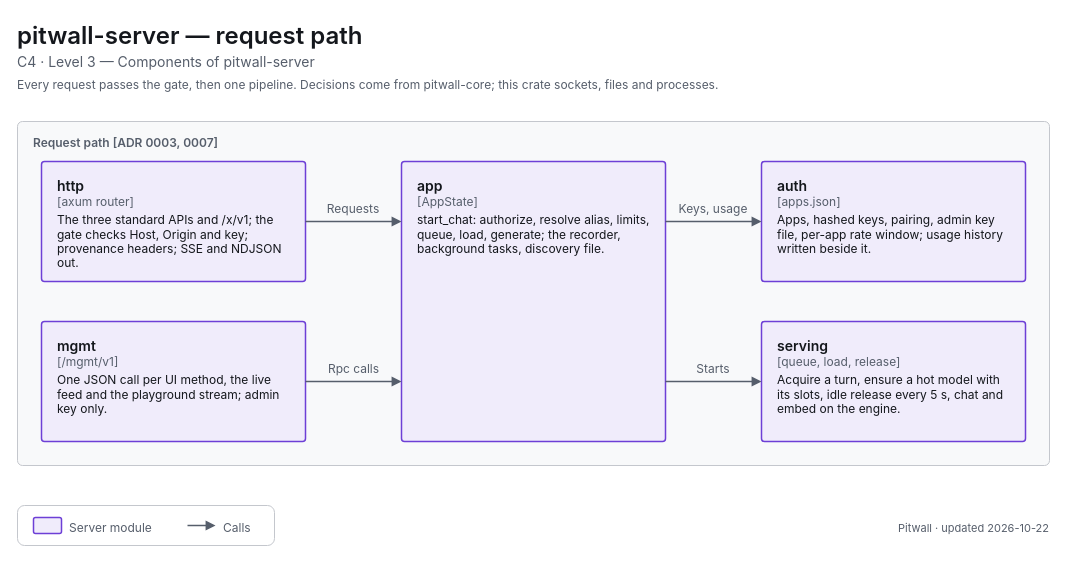
Earlier version of the draw.io diagram apps/pitwall/docs/diagrams/c4-3-server-requests.drawio (decryp7/paddock). Source tidied: cells renumbered, new cells numbered last; positions are measured from the earlier drawing's top-left corner, leaving out a move shared by most shapes. Both pictures are drawn from the tidied source at 100%, with x=0, y=0 at pixel (17, 17).
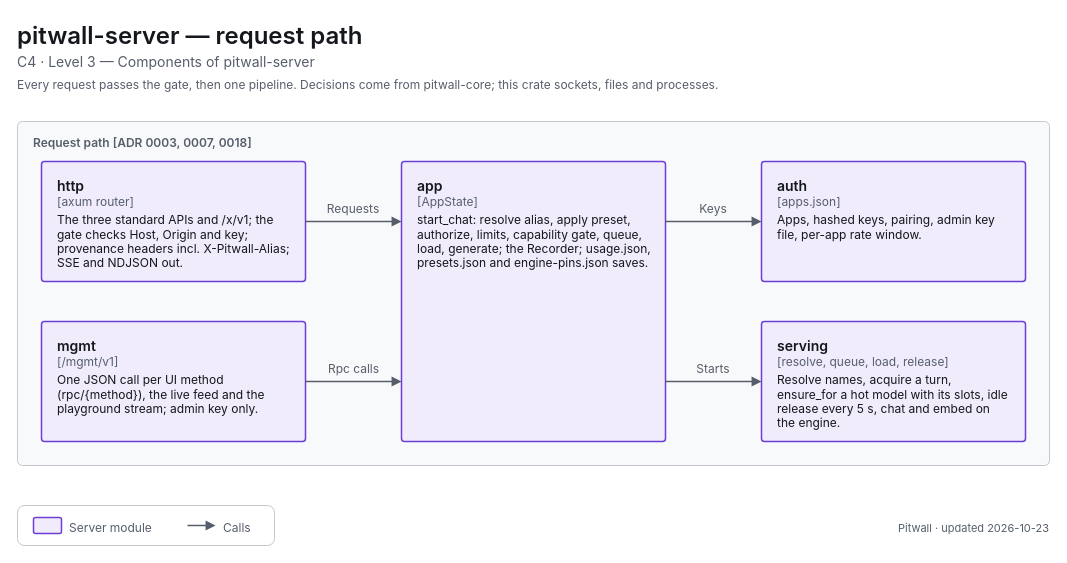
The same diagram, later.

The edit, as a diff of the source:
```diff
@@
-    <mxCell id="5" value="&lt;span style=&quot;font-size:12px;font-weight:600&quot;&gt;Request path [ADR 0003, 0007]&lt;/span&gt;" style="html=1;whiteSpace=wrap;fontFamily=-apple-system,BlinkMacSystemFont,Segoe UI,system-ui,sans-serif;fontSize=12;fontColor=light-dark(#14171C,#ECEEF1);rounded=1;absoluteArcSize=1;arcSize=10;strokeWidth=1;strokeColor=light-dark(#C4C7CD,#353A42);fillColor=light-dark(#F8F9FA,#121418);align=left;verticalAlign=top;spacingLeft=14;spacingTop=8;fontColor=light-dark(#565E6B,#A0A7B2);" parent="1" vertex="1">
+    <mxCell id="5" value="&lt;span style=&quot;font-size:12px;font-weight:600&quot;&gt;Request path [ADR 0003, 0007, 0018]&lt;/span&gt;" style="html=1;whiteSpace=wrap;fontFamily=-apple-system,BlinkMacSystemFont,Segoe UI,system-ui,sans-serif;fontSize=12;fontColor=light-dark(#14171C,#ECEEF1);rounded=1;absoluteArcSize=1;arcSize=10;strokeWidth=1;strokeColor=light-dark(#C4C7CD,#353A42);fillColor=light-dark(#F8F9FA,#121418);align=left;verticalAlign=top;spacingLeft=14;spacingTop=8;fontColor=light-dark(#565E6B,#A0A7B2);" parent="1" vertex="1">
       <mxGeometry y="104" width="1032" height="344" as="geometry" />
     </mxCell>
-    <mxCell id="6" value="&lt;span style=&quot;font-size:14px;font-weight:600&quot;&gt;http&lt;/span&gt;&lt;br&gt;&lt;span style=&quot;font-size:12px;color:light-dark(#565E6B,#A0A7B2)&quot;&gt;[axum router]&lt;/span&gt;&lt;br&gt;&lt;div style=&quot;margin-top:4px;font-size:12px&quot;&gt;The three standard APIs and /x/v1; the gate checks Host, Origin and key; provenance headers; SSE and NDJSON out.&lt;/div&gt;" style="html=1;whiteSpace=wrap;fontFamily=-apple-system,BlinkMacSystemFont,Segoe UI,system-ui,sans-serif;fontSize=12;fontColor=light-dark(#14171C,#ECEEF1);rounded=1;absoluteArcSize=1;arcSize=6;strokeWidth=1.5;strokeColor=light-dark(#6D3FD6,#A58BFA);fillColor=light-dark(#F0ECFB,#2C2A3F);align=left;verticalAlign=top;spacingLeft=14;spacingRight=14;spacingTop=10;spacingBottom=8;" parent="1" vertex="1">
+    <mxCell id="6" value="&lt;span style=&quot;font-size:14px;font-weight:600&quot;&gt;http&lt;/span&gt;&lt;br&gt;&lt;span style=&quot;font-size:12px;color:light-dark(#565E6B,#A0A7B2)&quot;&gt;[axum router]&lt;/span&gt;&lt;br&gt;&lt;div style=&quot;margin-top:4px;font-size:12px&quot;&gt;The three standard APIs and /x/v1; the gate checks Host, Origin and key; provenance headers incl. X-Pitwall-Alias; SSE and NDJSON out.&lt;/div&gt;" style="html=1;whiteSpace=wrap;fontFamily=-apple-system,BlinkMacSystemFont,Segoe UI,system-ui,sans-serif;fontSize=12;fontColor=light-dark(#14171C,#ECEEF1);rounded=1;absoluteArcSize=1;arcSize=6;strokeWidth=1.5;strokeColor=light-dark(#6D3FD6,#A58BFA);fillColor=light-dark(#F0ECFB,#2C2A3F);align=left;verticalAlign=top;spacingLeft=14;spacingRight=14;spacingTop=10;spacingBottom=8;" parent="1" vertex="1">
       <mxGeometry x="24" y="144" width="264" height="120" as="geometry" />
     </mxCell>
-    <mxCell id="7" value="&lt;span style=&quot;font-size:14px;font-weight:600&quot;&gt;mgmt&lt;/span&gt;&lt;br&gt;&lt;span style=&quot;font-size:12px;color:light-dark(#565E6B,#A0A7B2)&quot;&gt;[/mgmt/v1]&lt;/span&gt;&lt;br&gt;&lt;div style=&quot;margin-top:4px;font-size:12px&quot;&gt;One JSON call per UI method, the live feed and the playground stream; admin key only.&lt;/div&gt;" style="html=1;whiteSpace=wrap;fontFamily=-apple-system,BlinkMacSystemFont,Segoe UI,system-ui,sans-serif;fontSize=12;fontColor=light-dark(#14171C,#ECEEF1);rounded=1;absoluteArcSize=1;arcSize=6;strokeWidth=1.5;strokeColor=light-dark(#6D3FD6,#A58BFA);fillColor=light-dark(#F0ECFB,#2C2A3F);align=left;verticalAlign=top;spacingLeft=14;spacingRight=14;spacingTop=10;spacingBottom=8;" parent="1" vertex="1">
+    <mxCell id="7" value="&lt;span style=&quot;font-size:14px;font-weight:600&quot;&gt;mgmt&lt;/span&gt;&lt;br&gt;&lt;span style=&quot;font-size:12px;color:light-dark(#565E6B,#A0A7B2)&quot;&gt;[/mgmt/v1]&lt;/span&gt;&lt;br&gt;&lt;div style=&quot;margin-top:4px;font-size:12px&quot;&gt;One JSON call per UI method (rpc/{method}), the live feed and the playground stream; admin key only.&lt;/div&gt;" style="html=1;whiteSpace=wrap;fontFamily=-apple-system,BlinkMacSystemFont,Segoe UI,system-ui,sans-serif;fontSize=12;fontColor=light-dark(#14171C,#ECEEF1);rounded=1;absoluteArcSize=1;arcSize=6;strokeWidth=1.5;strokeColor=light-dark(#6D3FD6,#A58BFA);fillColor=light-dark(#F0ECFB,#2C2A3F);align=left;verticalAlign=top;spacingLeft=14;spacingRight=14;spacingTop=10;spacingBottom=8;" parent="1" vertex="1">
       <mxGeometry x="24" y="304" width="264" height="120" as="geometry" />
     </mxCell>
-    <mxCell id="8" value="&lt;span style=&quot;font-size:14px;font-weight:600&quot;&gt;app&lt;/span&gt;&lt;br&gt;&lt;span style=&quot;font-size:12px;color:light-dark(#565E6B,#A0A7B2)&quot;&gt;[AppState]&lt;/span&gt;&lt;br&gt;&lt;div style=&quot;margin-top:4px;font-size:12px&quot;&gt;start_chat: authorize, resolve alias, limits, queue, load, generate; the recorder, background tasks, discovery file.&lt;/div&gt;" style="html=1;whiteSpace=wrap;fontFamily=-apple-system,BlinkMacSystemFont,Segoe UI,system-ui,sans-serif;fontSize=12;fontColor=light-dark(#14171C,#ECEEF1);rounded=1;absoluteArcSize=1;arcSize=6;strokeWidth=1.5;strokeColor=light-dark(#6D3FD6,#A58BFA);fillColor=light-dark(#F0ECFB,#2C2A3F);align=left;verticalAlign=top;spacingLeft=14;spacingRight=14;spacingTop=10;spacingBottom=8;" parent="1" vertex="1">
+    <mxCell id="8" value="&lt;span style=&quot;font-size:14px;font-weight:600&quot;&gt;app&lt;/span&gt;&lt;br&gt;&lt;span style=&quot;font-size:12px;color:light-dark(#565E6B,#A0A7B2)&quot;&gt;[AppState]&lt;/span&gt;&lt;br&gt;&lt;div style=&quot;margin-top:4px;font-size:12px&quot;&gt;start_chat: resolve alias, apply preset, authorize, limits, capability gate, queue, load, generate; the Recorder; usage.json, presets.json and engine-pins.json saves.&lt;/div&gt;" style="html=1;whiteSpace=wrap;fontFamily=-apple-system,BlinkMacSystemFont,Segoe UI,system-ui,sans-serif;fontSize=12;fontColor=light-dark(#14171C,#ECEEF1);rounded=1;absoluteArcSize=1;arcSize=6;strokeWidth=1.5;strokeColor=light-dark(#6D3FD6,#A58BFA);fillColor=light-dark(#F0ECFB,#2C2A3F);align=left;verticalAlign=top;spacingLeft=14;spacingRight=14;spacingTop=10;spacingBottom=8;" parent="1" vertex="1">
       <mxGeometry x="384" y="144" width="264" height="280" as="geometry" />
     </mxCell>
-    <mxCell id="9" value="&lt;span style=&quot;font-size:14px;font-weight:600&quot;&gt;auth&lt;/span&gt;&lt;br&gt;&lt;span style=&quot;font-size:12px;color:light-dark(#565E6B,#A0A7B2)&quot;&gt;[apps.json]&lt;/span&gt;&lt;br&gt;&lt;div style=&quot;margin-top:4px;font-size:12px&quot;&gt;Apps, hashed keys, pairing, admin key file, per-app rate window; usage history written beside it.&lt;/div&gt;" style="html=1;whiteSpace=wrap;fontFamily=-apple-system,BlinkMacSystemFont,Segoe UI,system-ui,sans-serif;fontSize=12;fontColor=light-dark(#14171C,#ECEEF1);rounded=1;absoluteArcSize=1;arcSize=6;strokeWidth=1.5;strokeColor=light-dark(#6D3FD6,#A58BFA);fillColor=light-dark(#F0ECFB,#2C2A3F);align=left;verticalAlign=top;spacingLeft=14;spacingRight=14;spacingTop=10;spacingBottom=8;" parent="1" vertex="1">
+    <mxCell id="9" value="&lt;span style=&quot;font-size:14px;font-weight:600&quot;&gt;auth&lt;/span&gt;&lt;br&gt;&lt;span style=&quot;font-size:12px;color:light-dark(#565E6B,#A0A7B2)&quot;&gt;[apps.json]&lt;/span&gt;&lt;br&gt;&lt;div style=&quot;margin-top:4px;font-size:12px&quot;&gt;Apps, hashed keys, pairing, admin key file, per-app rate window.&lt;/div&gt;" style="html=1;whiteSpace=wrap;fontFamily=-apple-system,BlinkMacSystemFont,Segoe UI,system-ui,sans-serif;fontSize=12;fontColor=light-dark(#14171C,#ECEEF1);rounded=1;absoluteArcSize=1;arcSize=6;strokeWidth=1.5;strokeColor=light-dark(#6D3FD6,#A58BFA);fillColor=light-dark(#F0ECFB,#2C2A3F);align=left;verticalAlign=top;spacingLeft=14;spacingRight=14;spacingTop=10;spacingBottom=8;" parent="1" vertex="1">
       <mxGeometry x="744" y="144" width="264" height="120" as="geometry" />
     </mxCell>
-    <mxCell id="10" value="&lt;span style=&quot;font-size:14px;font-weight:600&quot;&gt;serving&lt;/span&gt;&lt;br&gt;&lt;span style=&quot;font-size:12px;color:light-dark(#565E6B,#A0A7B2)&quot;&gt;[queue, load, release]&lt;/span&gt;&lt;br&gt;&lt;div style=&quot;margin-top:4px;font-size:12px&quot;&gt;Acquire a turn, ensure a hot model with its slots, idle release every 5 s, chat and embed on the engine.&lt;/div&gt;" style="html=1;whiteSpace=wrap;fontFamily=-apple-system,BlinkMacSystemFont,Segoe UI,system-ui,sans-serif;fontSize=12;fontColor=light-dark(#14171C,#ECEEF1);rounded=1;absoluteArcSize=1;arcSize=6;strokeWidth=1.5;strokeColor=light-dark(#6D3FD6,#A58BFA);fillColor=light-dark(#F0ECFB,#2C2A3F);align=left;verticalAlign=top;spacingLeft=14;spacingRight=14;spacingTop=10;spacingBottom=8;" parent="1" vertex="1">
+    <mxCell id="10" value="&lt;span style=&quot;font-size:14px;font-weight:600&quot;&gt;serving&lt;/span&gt;&lt;br&gt;&lt;span style=&quot;font-size:12px;color:light-dark(#565E6B,#A0A7B2)&quot;&gt;[resolve, queue, load, release]&lt;/span&gt;&lt;br&gt;&lt;div style=&quot;margin-top:4px;font-size:12px&quot;&gt;Resolve names, acquire a turn, ensure_for a hot model with its slots, idle release every 5 s, chat and embed on the engine.&lt;/div&gt;" style="html=1;whiteSpace=wrap;fontFamily=-apple-system,BlinkMacSystemFont,Segoe UI,system-ui,sans-serif;fontSize=12;fontColor=light-dark(#14171C,#ECEEF1);rounded=1;absoluteArcSize=1;arcSize=6;strokeWidth=1.5;strokeColor=light-dark(#6D3FD6,#A58BFA);fillColor=light-dark(#F0ECFB,#2C2A3F);align=left;verticalAlign=top;spacingLeft=14;spacingRight=14;spacingTop=10;spacingBottom=8;" parent="1" vertex="1">
       <mxGeometry x="744" y="304" width="264" height="120" as="geometry" />
     </mxCell>
@@
-    <mxCell id="16" value="&lt;span style=&quot;font-size:12px;font-weight:400&quot;&gt;Keys, usage&lt;/span&gt;" style="html=1;whiteSpace=wrap;fontFamily=-apple-system,BlinkMacSystemFont,Segoe UI,system-ui,sans-serif;fontSize=12;fontColor=light-dark(#14171C,#ECEEF1);text;strokeColor=none;fillColor=none;align=center;verticalAlign=top;spacing=0;fontColor=light-dark(#565E6B,#A0A7B2);" parent="1" vertex="1">
-      <mxGeometry x="656" y="180" width="80" height="18" as="geometry" />
+    <mxCell id="16" value="&lt;span style=&quot;font-size:12px;font-weight:400&quot;&gt;Keys&lt;/span&gt;" style="html=1;whiteSpace=wrap;fontFamily=-apple-system,BlinkMacSystemFont,Segoe UI,system-ui,sans-serif;fontSize=12;fontColor=light-dark(#14171C,#ECEEF1);text;strokeColor=none;fillColor=none;align=center;verticalAlign=top;spacing=0;fontColor=light-dark(#565E6B,#A0A7B2);" parent="1" vertex="1">
+      <mxGeometry x="677" y="180" width="38" height="18" as="geometry" />
     </mxCell>
@@
-    <mxCell id="24" value="&lt;span style=&quot;font-size:11px;font-weight:400&quot;&gt;Pitwall · updated 2026-10-22&lt;/span&gt;" style="html=1;whiteSpace=wrap;fontFamily=-apple-system,BlinkMacSystemFont,Segoe UI,system-ui,sans-serif;fontSize=12;fontColor=light-dark(#14171C,#ECEEF1);text;strokeColor=none;fillColor=none;align=right;verticalAlign=top;spacing=0;fontColor=light-dark(#565E6B,#A0A7B2);" parent="1" vertex="1">
+    <mxCell id="24" value="&lt;span style=&quot;font-size:11px;font-weight:400&quot;&gt;Pitwall · updated 2026-10-23&lt;/span&gt;" style="html=1;whiteSpace=wrap;fontFamily=-apple-system,BlinkMacSystemFont,Segoe UI,system-ui,sans-serif;fontSize=12;fontColor=light-dark(#14171C,#ECEEF1);text;strokeColor=none;fillColor=none;align=right;verticalAlign=top;spacing=0;fontColor=light-dark(#565E6B,#A0A7B2);" parent="1" vertex="1">
       <mxGeometry x="672" y="499" width="360" height="18" as="geometry" />
     </mxCell>
```
